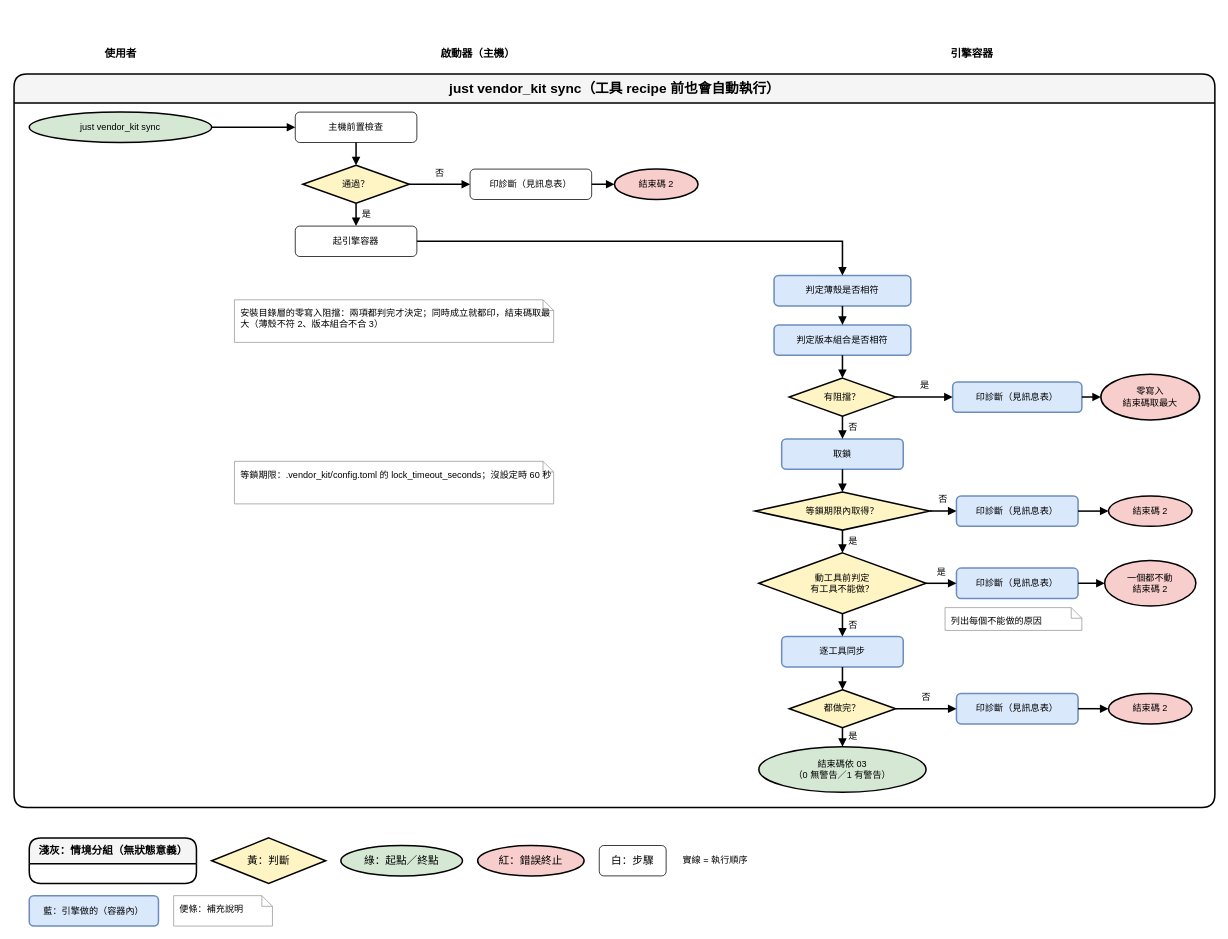
ycpss91255-research/vendor_kit keeps this draw.io diagram as page "sync 判定" (8 of 9) of doc/diagram/flow.drawio. Above is the earlier version. Source tidied: cells renumbered, new cells numbered last; positions are measured from the earlier drawing's top-left corner, leaving out a move shared by most shapes. Both pictures are drawn from the tidied source at 76%, with x=0, y=0 at pixel (14, 42).
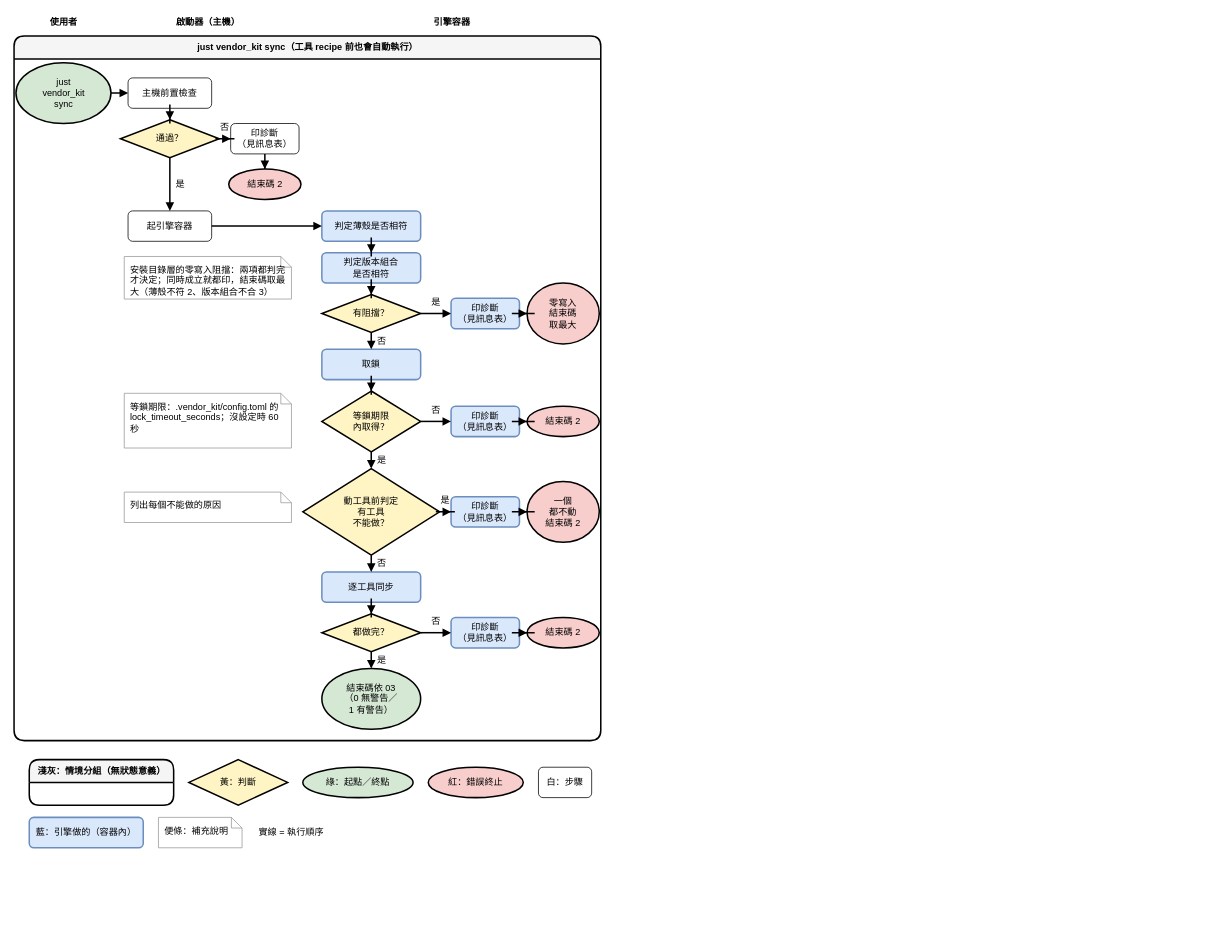
The same diagram, later.

The edit, as a diff of the source:
```diff
@@
-    <mxCell id="2" value="使用者" style="text;html=1;fontSize=14;fontStyle=1;align=center;verticalAlign=middle;" parent="1" vertex="1">
-      <mxGeometry width="280" height="30" as="geometry" />
+    <mxCell id="2" value="使用者" style="text;html=1;fontSize=12;fontStyle=1;align=center;verticalAlign=middle;" parent="1" vertex="1">
+      <mxGeometry y="-38" width="130" height="24" as="geometry" />
     </mxCell>
-    <mxCell id="3" value="啟動器（主機）" style="text;html=1;fontSize=14;fontStyle=1;align=center;verticalAlign=middle;" parent="1" vertex="1">
-      <mxGeometry x="300" width="620" height="30" as="geometry" />
+    <mxCell id="3" value="啟動器（主機）" style="text;html=1;fontSize=12;fontStyle=1;align=center;verticalAlign=middle;" parent="1" vertex="1">
+      <mxGeometry x="130" y="-38" width="250" height="24" as="geometry" />
     </mxCell>
-    <mxCell id="4" value="引擎容器" style="text;html=1;fontSize=14;fontStyle=1;align=center;verticalAlign=middle;" parent="1" vertex="1">
-      <mxGeometry x="940" width="640" height="30" as="geometry" />
+    <mxCell id="4" value="引擎容器" style="text;html=1;fontSize=12;fontStyle=1;align=center;verticalAlign=middle;" parent="1" vertex="1">
+      <mxGeometry x="380" y="-38" width="392" height="24" as="geometry" />
     </mxCell>
-    <mxCell id="5" value="just vendor_kit sync（工具 recipe 前也會自動執行）" style="swimlane;html=1;rounded=1;startSize=38;fontStyle=1;fontSize=18;fillColor=#f5f5f5;swimlaneFillColor=#ffffff;strokeColor=#000000;strokeWidth=2;" parent="1" vertex="1">
-      <mxGeometry y="42" width="1580" height="965" as="geometry" />
+    <mxCell id="5" value="just vendor_kit sync（工具 recipe 前也會自動執行）" style="swimlane;html=1;rounded=1;startSize=30;fontStyle=1;fontSize=12;fillColor=#f5f5f5;swimlaneFillColor=#ffffff;strokeColor=#000000;strokeWidth=2;" parent="1" vertex="1">
+      <mxGeometry y="-8" width="772" height="927" as="geometry" />
     </mxCell>
-    <mxCell id="6" value="just vendor_kit sync" style="ellipse;whiteSpace=wrap;html=1;fillColor=#d5e8d4;strokeColor=#000000;strokeWidth=2;fontSize=12;spacingLeft=35;spacingRight=35;spacingTop=6;spacingBottom=6;" parent="5" vertex="1">
-      <mxGeometry x="20" y="50" width="240" height="40" as="geometry" />
+    <mxCell id="6" value="just&lt;br&gt;vendor_kit&lt;br&gt;sync" style="ellipse;whiteSpace=wrap;html=1;fillColor=#d5e8d4;strokeColor=#000000;strokeWidth=2;fontSize=12;spacingLeft=18;spacingRight=18;spacingTop=12;spacingBottom=12;" parent="5" vertex="1">
+      <mxGeometry x="2.5" y="35" width="125" height="80" as="geometry" />
     </mxCell>
     <mxCell id="7" value="主機前置檢查" style="rounded=1;whiteSpace=wrap;html=1;fillColor=#ffffff;strokeColor=light-dark(#000000,#9577A3);fontSize=12;strokeWidth=1;spacingLeft=6;spacingRight=6;" parent="5" vertex="1">
-      <mxGeometry x="370" y="50" width="160" height="40" as="geometry" />
+      <mxGeometry x="150" y="55" width="110" height="40" as="geometry" />
     </mxCell>
-    <mxCell id="8" value="通過？" style="rhombus;whiteSpace=wrap;html=1;fillColor=#FFF4C3;strokeColor=#000000;strokeWidth=2;fontSize=12;spacingLeft=35;spacingRight=35;spacingTop=12;spacingBottom=12;" parent="5" vertex="1">
-      <mxGeometry x="380" y="120" width="140" height="50" as="geometry" />
+    <mxCell id="8" value="通過？" style="rhombus;whiteSpace=wrap;html=1;fillColor=#FFF4C3;strokeColor=#000000;strokeWidth=2;fontSize=12;spacingLeft=32;spacingRight=32;spacingTop=12;spacingBottom=12;" parent="5" vertex="1">
+      <mxGeometry x="140" y="110" width="130" height="50" as="geometry" />
     </mxCell>
-    <mxCell id="9" value="印診斷（見訊息表）" style="rounded=1;whiteSpace=wrap;html=1;fillColor=#ffffff;strokeColor=light-dark(#000000,#9577A3);fontSize=12;strokeWidth=1;spacingLeft=6;spacingRight=6;" parent="5" vertex="1">
-      <mxGeometry x="600" y="125" width="160" height="40" as="geometry" />
+    <mxCell id="9" value="印診斷&lt;br&gt;（見訊息表）" style="rounded=1;whiteSpace=wrap;html=1;fillColor=#ffffff;strokeColor=light-dark(#000000,#9577A3);fontSize=12;strokeWidth=1;spacingLeft=6;spacingRight=6;" parent="5" vertex="1">
+      <mxGeometry x="285" y="115" width="90" height="40" as="geometry" />
     </mxCell>
-    <mxCell id="10" value="結束碼 2" style="ellipse;whiteSpace=wrap;html=1;fillColor=#f8cecc;strokeColor=#000000;strokeWidth=2;fontSize=12;spacingLeft=16;spacingRight=16;spacingTop=6;spacingBottom=6;" parent="5" vertex="1">
-      <mxGeometry x="790" y="125" width="110" height="40" as="geometry" />
+    <mxCell id="10" value="結束碼 2" style="ellipse;whiteSpace=wrap;html=1;fillColor=#f8cecc;strokeColor=#000000;strokeWidth=2;fontSize=12;spacingLeft=14;spacingRight=14;spacingTop=6;spacingBottom=6;" parent="5" vertex="1">
+      <mxGeometry x="282.5" y="175" width="95" height="40" as="geometry" />
     </mxCell>
     <mxCell id="11" value="起引擎容器" style="rounded=1;whiteSpace=wrap;html=1;fillColor=#ffffff;strokeColor=light-dark(#000000,#9577A3);fontSize=12;strokeWidth=1;spacingLeft=6;spacingRight=6;" parent="5" vertex="1">
-      <mxGeometry x="370" y="200" width="160" height="40" as="geometry" />
+      <mxGeometry x="150" y="230" width="110" height="40" as="geometry" />
     </mxCell>
     <mxCell id="12" value="判定薄殼是否相符" style="rounded=1;whiteSpace=wrap;html=1;fillColor=#dae8fc;strokeColor=#6c8ebf;fontSize=12;strokeWidth=2;spacingLeft=6;spacingRight=6;" parent="5" vertex="1">
-      <mxGeometry x="1000" y="265" width="180" height="40" as="geometry" />
+      <mxGeometry x="405" y="230" width="130" height="40" as="geometry" />
     </mxCell>
-    <mxCell id="13" value="判定版本組合是否相符" style="rounded=1;whiteSpace=wrap;html=1;fillColor=#dae8fc;strokeColor=#6c8ebf;fontSize=12;strokeWidth=2;spacingLeft=6;spacingRight=6;" parent="5" vertex="1">
-      <mxGeometry x="1000" y="330" width="180" height="40" as="geometry" />
+    <mxCell id="13" value="判定版本組合&lt;br&gt;是否相符" style="rounded=1;whiteSpace=wrap;html=1;fillColor=#dae8fc;strokeColor=#6c8ebf;fontSize=12;strokeWidth=2;spacingLeft=6;spacingRight=6;" parent="5" vertex="1">
+      <mxGeometry x="405" y="285" width="130" height="40" as="geometry" />
     </mxCell>
-    <mxCell id="14" value="有阻擋？" style="rhombus;whiteSpace=wrap;html=1;fillColor=#FFF4C3;strokeColor=#000000;strokeWidth=2;fontSize=12;spacingLeft=35;spacingRight=35;spacingTop=12;spacingBottom=12;" parent="5" vertex="1">
-      <mxGeometry x="1020" y="400" width="140" height="50" as="geometry" />
+    <mxCell id="14" value="有阻擋？" style="rhombus;whiteSpace=wrap;html=1;fillColor=#FFF4C3;strokeColor=#000000;strokeWidth=2;fontSize=12;spacingLeft=32;spacingRight=32;spacingTop=12;spacingBottom=12;" parent="5" vertex="1">
+      <mxGeometry x="405" y="340" width="130" height="50" as="geometry" />
     </mxCell>
-    <mxCell id="15" value="印診斷（見訊息表）" style="rounded=1;whiteSpace=wrap;html=1;fillColor=#dae8fc;strokeColor=#6c8ebf;fontSize=12;strokeWidth=2;spacingLeft=6;spacingRight=6;" parent="5" vertex="1">
-      <mxGeometry x="1235" y="405" width="170" height="40" as="geometry" />
+    <mxCell id="15" value="印診斷&lt;br&gt;（見訊息表）" style="rounded=1;whiteSpace=wrap;html=1;fillColor=#dae8fc;strokeColor=#6c8ebf;fontSize=12;strokeWidth=2;spacingLeft=6;spacingRight=6;" parent="5" vertex="1">
+      <mxGeometry x="575" y="345" width="90" height="40" as="geometry" />
     </mxCell>
-    <mxCell id="16" value="零寫入&lt;br&gt;結束碼取最大" style="ellipse;whiteSpace=wrap;html=1;fillColor=#f8cecc;strokeColor=#000000;strokeWidth=2;fontSize=12;spacingLeft=19;spacingRight=19;spacingTop=9;spacingBottom=9;" parent="5" vertex="1">
-      <mxGeometry x="1430" y="395" width="130" height="60" as="geometry" />
+    <mxCell id="16" value="零寫入&lt;br&gt;結束碼&lt;br&gt;取最大" style="ellipse;whiteSpace=wrap;html=1;fillColor=#f8cecc;strokeColor=#000000;strokeWidth=2;fontSize=12;spacingLeft=14;spacingRight=14;spacingTop=12;spacingBottom=12;" parent="5" vertex="1">
+      <mxGeometry x="675" y="325" width="95" height="80" as="geometry" />
     </mxCell>
-    <mxCell id="17" value="安裝目錄層的零寫入阻擋：兩項都判完才決定；同時成立就都印，結束碼取最大（薄殼不符 2、版本組合不合 3）" style="shape=note;whiteSpace=wrap;html=1;size=14;fillColor=#ffffff;strokeColor=#999999;align=left;verticalAlign=top;spacingLeft=6;spacingTop=4;fontSize=12;" parent="5" vertex="1">
-      <mxGeometry x="290" y="297" width="420" height="56" as="geometry" />
+    <mxCell id="17" value="安裝目錄層的零寫入阻擋：兩項都判完才決定；同時成立就都印，結束碼取最大（薄殼不符 2、版本組合不合 3）" style="shape=note;whiteSpace=wrap;html=1;size=14;fillColor=#ffffff;strokeColor=#999999;align=left;verticalAlign=top;spacingLeft=6;spacingTop=4;fontSize=12;spacingRight=6;" parent="5" vertex="1">
+      <mxGeometry x="145" y="290" width="220" height="56" as="geometry" />
     </mxCell>
     <mxCell id="18" value="取鎖" style="rounded=1;whiteSpace=wrap;html=1;fillColor=#dae8fc;strokeColor=#6c8ebf;fontSize=12;strokeWidth=2;spacingLeft=6;spacingRight=6;" parent="5" vertex="1">
-      <mxGeometry x="1010" y="480" width="160" height="40" as="geometry" />
+      <mxGeometry x="405" y="412" width="130" height="40" as="geometry" />
     </mxCell>
-    <mxCell id="19" value="等鎖期限內取得？" style="rhombus;whiteSpace=wrap;html=1;fillColor=#FFF4C3;strokeColor=#000000;strokeWidth=2;fontSize=12;spacingLeft=58;spacingRight=58;spacingTop=12;spacingBottom=12;" parent="5" vertex="1">
-      <mxGeometry x="975" y="550" width="230" height="50" as="geometry" />
+    <mxCell id="19" value="等鎖期限&lt;br&gt;內取得？" style="rhombus;whiteSpace=wrap;html=1;fillColor=#FFF4C3;strokeColor=#000000;strokeWidth=2;fontSize=12;spacingLeft=32;spacingRight=32;spacingTop=20;spacingBottom=20;" parent="5" vertex="1">
+      <mxGeometry x="405" y="467" width="130" height="80" as="geometry" />
     </mxCell>
-    <mxCell id="20" value="印診斷（見訊息表）" style="rounded=1;whiteSpace=wrap;html=1;fillColor=#dae8fc;strokeColor=#6c8ebf;fontSize=12;strokeWidth=2;spacingLeft=6;spacingRight=6;" parent="5" vertex="1">
-      <mxGeometry x="1240" y="555" width="160" height="40" as="geometry" />
+    <mxCell id="20" value="印診斷&lt;br&gt;（見訊息表）" style="rounded=1;whiteSpace=wrap;html=1;fillColor=#dae8fc;strokeColor=#6c8ebf;fontSize=12;strokeWidth=2;spacingLeft=6;spacingRight=6;" parent="5" vertex="1">
+      <mxGeometry x="575" y="487" width="90" height="40" as="geometry" />
     </mxCell>
-    <mxCell id="21" value="結束碼 2" style="ellipse;whiteSpace=wrap;html=1;fillColor=#f8cecc;strokeColor=#000000;strokeWidth=2;fontSize=12;spacingLeft=16;spacingRight=16;spacingTop=6;spacingBottom=6;" parent="5" vertex="1">
-      <mxGeometry x="1440" y="555" width="110" height="40" as="geometry" />
+    <mxCell id="21" value="結束碼 2" style="ellipse;whiteSpace=wrap;html=1;fillColor=#f8cecc;strokeColor=#000000;strokeWidth=2;fontSize=12;spacingLeft=14;spacingRight=14;spacingTop=6;spacingBottom=6;" parent="5" vertex="1">
+      <mxGeometry x="675" y="487" width="95" height="40" as="geometry" />
     </mxCell>
-    <mxCell id="22" value="等鎖期限：.vendor_kit/config.toml 的 lock_timeout_seconds；沒設定時 60 秒" style="shape=note;whiteSpace=wrap;html=1;size=14;fillColor=#ffffff;strokeColor=#999999;align=left;verticalAlign=top;spacingLeft=6;spacingTop=4;fontSize=12;" parent="5" vertex="1">
-      <mxGeometry x="290" y="509.5" width="420" height="56" as="geometry" />
+    <mxCell id="22" value="等鎖期限：.vendor_kit/config.toml 的 lock_timeout_seconds；沒設定時 60 秒" style="shape=note;whiteSpace=wrap;html=1;size=14;fillColor=#ffffff;strokeColor=#999999;align=left;verticalAlign=top;spacingLeft=6;spacingTop=4;fontSize=12;spacingRight=6;" parent="5" vertex="1">
+      <mxGeometry x="145" y="470" width="220" height="72" as="geometry" />
     </mxCell>
-    <mxCell id="23" value="動工具前判定&lt;br&gt;有工具不能做？" style="rhombus;whiteSpace=wrap;html=1;fillColor=#FFF4C3;strokeColor=#000000;strokeWidth=2;fontSize=12;spacingLeft=55;spacingRight=55;spacingTop=20;spacingBottom=20;" parent="5" vertex="1">
-      <mxGeometry x="980" y="630" width="220" height="80" as="geometry" />
+    <mxCell id="23" value="動工具前判定&lt;br&gt;有工具&lt;br&gt;不能做？" style="rhombus;whiteSpace=wrap;html=1;fillColor=#FFF4C3;strokeColor=#000000;strokeWidth=2;fontSize=12;spacingLeft=45;spacingRight=45;spacingTop=28;spacingBottom=28;" parent="5" vertex="1">
+      <mxGeometry x="380" y="569" width="180" height="114" as="geometry" />
     </mxCell>
-    <mxCell id="24" value="印診斷（見訊息表）" style="rounded=1;whiteSpace=wrap;html=1;fillColor=#dae8fc;strokeColor=#6c8ebf;fontSize=12;strokeWidth=2;spacingLeft=6;spacingRight=6;" parent="5" vertex="1">
-      <mxGeometry x="1240" y="650" width="160" height="40" as="geometry" />
+    <mxCell id="24" value="印診斷&lt;br&gt;（見訊息表）" style="rounded=1;whiteSpace=wrap;html=1;fillColor=#dae8fc;strokeColor=#6c8ebf;fontSize=12;strokeWidth=2;spacingLeft=6;spacingRight=6;" parent="5" vertex="1">
+      <mxGeometry x="575" y="606" width="90" height="40" as="geometry" />
     </mxCell>
-    <mxCell id="25" value="一個都不動&lt;br&gt;結束碼 2" style="ellipse;whiteSpace=wrap;html=1;fillColor=#f8cecc;strokeColor=#000000;strokeWidth=2;fontSize=12;spacingLeft=18;spacingRight=18;spacingTop=9;spacingBottom=9;" parent="5" vertex="1">
-      <mxGeometry x="1435" y="640" width="120" height="60" as="geometry" />
+    <mxCell id="25" value="一個&lt;br&gt;都不動&lt;br&gt;結束碼 2" style="ellipse;whiteSpace=wrap;html=1;fillColor=#f8cecc;strokeColor=#000000;strokeWidth=2;fontSize=12;spacingLeft=14;spacingRight=14;spacingTop=12;spacingBottom=12;" parent="5" vertex="1">
+      <mxGeometry x="675" y="586" width="95" height="80" as="geometry" />
     </mxCell>
     <mxCell id="26" value="逐工具同步" style="rounded=1;whiteSpace=wrap;html=1;fillColor=#dae8fc;strokeColor=#6c8ebf;fontSize=12;strokeWidth=2;spacingLeft=6;spacingRight=6;" parent="5" vertex="1">
-      <mxGeometry x="1010" y="740" width="160" height="40" as="geometry" />
+      <mxGeometry x="405" y="705" width="130" height="40" as="geometry" />
     </mxCell>
-    <mxCell id="27" value="都做完？" style="rhombus;whiteSpace=wrap;html=1;fillColor=#FFF4C3;strokeColor=#000000;strokeWidth=2;fontSize=12;spacingLeft=35;spacingRight=35;spacingTop=12;spacingBottom=12;" parent="5" vertex="1">
-      <mxGeometry x="1020" y="810" width="140" height="50" as="geometry" />
+    <mxCell id="27" value="都做完？" style="rhombus;whiteSpace=wrap;html=1;fillColor=#FFF4C3;strokeColor=#000000;strokeWidth=2;fontSize=12;spacingLeft=32;spacingRight=32;spacingTop=12;spacingBottom=12;" parent="5" vertex="1">
+      <mxGeometry x="405" y="760" width="130" height="50" as="geometry" />
     </mxCell>
-    <mxCell id="28" value="印診斷（見訊息表）" style="rounded=1;whiteSpace=wrap;html=1;fillColor=#dae8fc;strokeColor=#6c8ebf;fontSize=12;strokeWidth=2;spacingLeft=6;spacingRight=6;" parent="5" vertex="1">
-      <mxGeometry x="1240" y="815" width="160" height="40" as="geometry" />
+    <mxCell id="28" value="印診斷&lt;br&gt;（見訊息表）" style="rounded=1;whiteSpace=wrap;html=1;fillColor=#dae8fc;strokeColor=#6c8ebf;fontSize=12;strokeWidth=2;spacingLeft=6;spacingRight=6;" parent="5" vertex="1">
+      <mxGeometry x="575" y="765" width="90" height="40" as="geometry" />
     </mxCell>
-    <mxCell id="29" value="結束碼 2" style="ellipse;whiteSpace=wrap;html=1;fillColor=#f8cecc;strokeColor=#000000;strokeWidth=2;fontSize=12;spacingLeft=16;spacingRight=16;spacingTop=6;spacingBottom=6;" parent="5" vertex="1">
-      <mxGeometry x="1440" y="815" width="110" height="40" as="geometry" />
+    <mxCell id="29" value="結束碼 2" style="ellipse;whiteSpace=wrap;html=1;fillColor=#f8cecc;strokeColor=#000000;strokeWidth=2;fontSize=12;spacingLeft=14;spacingRight=14;spacingTop=6;spacingBottom=6;" parent="5" vertex="1">
+      <mxGeometry x="675" y="765" width="95" height="40" as="geometry" />
     </mxCell>
-    <mxCell id="30" value="結束碼依 03&lt;br&gt;（0 無警告／1 有警告）" style="ellipse;whiteSpace=wrap;html=1;fillColor=#d5e8d4;strokeColor=#000000;strokeWidth=2;fontSize=12;spacingLeft=32;spacingRight=32;spacingTop=9;spacingBottom=9;" parent="5" vertex="1">
-      <mxGeometry x="980" y="885" width="220" height="60" as="geometry" />
+    <mxCell id="30" value="結束碼依 03&lt;br&gt;（0 無警告／&lt;br&gt;1 有警告）" style="ellipse;whiteSpace=wrap;html=1;fillColor=#d5e8d4;strokeColor=#000000;strokeWidth=2;fontSize=12;spacingLeft=19;spacingRight=19;spacingTop=12;spacingBottom=12;" parent="5" vertex="1">
+      <mxGeometry x="405" y="832" width="130" height="80" as="geometry" />
     </mxCell>
@@
-    <mxCell id="36" style="edgeStyle=orthogonalEdgeStyle;rounded=0;jettySize=auto;html=1;strokeColor=default;strokeWidth=2;align=center;verticalAlign=bottom;spacingBottom=6;fontFamily=Helvetica;fontSize=12;fontColor=default;labelBorderColor=none;labelBackgroundColor=none;endArrow=block;endFill=1;exitX=1;exitY=0.5;exitDx=0;exitDy=0;entryX=0.5;entryY=0;entryDx=0;entryDy=0;" parent="1" edge="1" source="11" target="12">
-      <mxGeometry relative="1" as="geometry">
-        <Array as="points">
-          <mxPoint x="1090" y="262" />
-        </Array>
-      </mxGeometry>
+    <mxCell id="36" style="edgeStyle=orthogonalEdgeStyle;rounded=0;jettySize=auto;html=1;strokeColor=default;strokeWidth=2;align=center;verticalAlign=bottom;spacingBottom=6;fontFamily=Helvetica;fontSize=12;fontColor=default;labelBorderColor=none;labelBackgroundColor=none;endArrow=block;endFill=1;" parent="1" edge="1" source="11" target="12">
+      <mxGeometry relative="1" as="geometry" />
     </mxCell>
@@
-    <mxCell id="53" value="淺灰：情境分組（無狀態意義）" style="swimlane;html=1;rounded=1;startSize=34;fontStyle=1;fontSize=14;fillColor=#f5f5f5;swimlaneFillColor=#ffffff;strokeColor=#000000;strokeWidth=2;" parent="1" vertex="1">
-      <mxGeometry x="20" y="1047" width="220" height="60" as="geometry" />
+    <mxCell id="53" value="淺灰：情境分組（無狀態意義）" style="swimlane;html=1;rounded=1;startSize=30;fontStyle=1;fontSize=12;fillColor=#f5f5f5;swimlaneFillColor=#ffffff;strokeColor=#000000;strokeWidth=2;" parent="1" vertex="1">
+      <mxGeometry x="20" y="944" width="190" height="60" as="geometry" />
     </mxCell>
-    <mxCell id="54" value="黃：判斷" style="rhombus;whiteSpace=wrap;html=1;fillColor=#FFF4C3;strokeColor=#000000;strokeWidth=2;fontSize=14;spacingLeft=38;spacingRight=38;spacingTop=15;spacingBottom=15;" parent="1" vertex="1">
-      <mxGeometry x="260" y="1047" width="150" height="60" as="geometry" />
+    <mxCell id="54" value="黃：判斷" style="rhombus;whiteSpace=wrap;html=1;fillColor=#FFF4C3;strokeColor=#000000;strokeWidth=2;fontSize=12;spacingLeft=32;spacingRight=32;spacingTop=15;spacingBottom=15;" parent="1" vertex="1">
+      <mxGeometry x="230" y="944" width="130" height="60" as="geometry" />
     </mxCell>
-    <mxCell id="55" value="綠：起點／終點" style="ellipse;whiteSpace=wrap;html=1;fillColor=#d5e8d4;strokeColor=#000000;strokeWidth=2;fontSize=14;spacingLeft=23;spacingRight=23;spacingTop=6;spacingBottom=6;" parent="1" vertex="1">
-      <mxGeometry x="430" y="1057" width="160" height="40" as="geometry" />
+    <mxCell id="55" value="綠：起點／終點" style="ellipse;whiteSpace=wrap;html=1;fillColor=#d5e8d4;strokeColor=#000000;strokeWidth=2;fontSize=12;spacingLeft=21;spacingRight=21;spacingTop=6;spacingBottom=6;" parent="1" vertex="1">
+      <mxGeometry x="380" y="954" width="145" height="40" as="geometry" />
     </mxCell>
-    <mxCell id="56" value="紅：錯誤終止" style="ellipse;whiteSpace=wrap;html=1;fillColor=#f8cecc;strokeColor=#000000;strokeWidth=2;fontSize=14;spacingLeft=20;spacingRight=20;spacingTop=6;spacingBottom=6;" parent="1" vertex="1">
-      <mxGeometry x="610" y="1057" width="140" height="40" as="geometry" />
+    <mxCell id="56" value="紅：錯誤終止" style="ellipse;whiteSpace=wrap;html=1;fillColor=#f8cecc;strokeColor=#000000;strokeWidth=2;fontSize=12;spacingLeft=18;spacingRight=18;spacingTop=6;spacingBottom=6;" parent="1" vertex="1">
+      <mxGeometry x="545" y="954" width="125" height="40" as="geometry" />
     </mxCell>
-    <mxCell id="57" value="白：步驟" style="rounded=1;whiteSpace=wrap;html=1;fillColor=#ffffff;strokeColor=light-dark(#000000,#9577A3);fontSize=14;strokeWidth=1;" parent="1" vertex="1">
-      <mxGeometry x="770" y="1057" width="88" height="40" as="geometry" />
+    <mxCell id="57" value="白：步驟" style="rounded=1;whiteSpace=wrap;html=1;fillColor=#ffffff;strokeColor=light-dark(#000000,#9577A3);fontSize=12;strokeWidth=1;" parent="1" vertex="1">
+      <mxGeometry x="690" y="954" width="70" height="40" as="geometry" />
     </mxCell>
     <mxCell id="58" value="實線 = 執行順序" style="text;html=1;whiteSpace=wrap;align=left;verticalAlign=middle;fontSize=12;strokeColor=none;fillColor=none;" parent="1" vertex="1">
-      <mxGeometry x="878" y="1047" width="300" height="60" as="geometry" />
+      <mxGeometry x="320" y="1010" width="160" height="60" as="geometry" />
     </mxCell>
     <mxCell id="59" value="藍：引擎做的（容器內）" style="rounded=1;whiteSpace=wrap;html=1;fillColor=#dae8fc;strokeColor=#6c8ebf;fontSize=12;strokeWidth=2;spacingLeft=6;spacingRight=6;" parent="1" vertex="1">
-      <mxGeometry x="20" y="1123" width="170" height="40" as="geometry" />
+      <mxGeometry x="20" y="1020" width="150" height="40" as="geometry" />
     </mxCell>
-    <mxCell id="60" value="便條：補充說明" style="shape=note;whiteSpace=wrap;html=1;size=14;fillColor=#ffffff;strokeColor=#999999;align=left;verticalAlign=top;spacingLeft=6;spacingTop=4;fontSize=12;" parent="1" vertex="1">
-      <mxGeometry x="210" y="1123" width="130" height="40" as="geometry" />
+    <mxCell id="60" value="便條：補充說明" style="shape=note;whiteSpace=wrap;html=1;size=14;fillColor=#ffffff;strokeColor=#999999;align=left;verticalAlign=top;spacingLeft=6;spacingTop=4;fontSize=12;spacingRight=6;" parent="1" vertex="1">
+      <mxGeometry x="190" y="1020" width="110" height="40" as="geometry" />
     </mxCell>
-    <mxCell id="61" value="列出每個不能做的原因" style="shape=note;whiteSpace=wrap;html=1;size=14;fillColor=#ffffff;strokeColor=#999999;align=left;verticalAlign=top;spacingLeft=6;spacingTop=4;fontSize=12;" parent="5" vertex="1">
-      <mxGeometry x="1225" y="702" width="180" height="30" as="geometry" />
+    <mxCell id="61" value="列出每個不能做的原因" style="shape=note;whiteSpace=wrap;html=1;size=14;fillColor=#ffffff;strokeColor=#999999;align=left;verticalAlign=top;spacingLeft=6;spacingTop=4;fontSize=12;spacingRight=6;" parent="5" vertex="1">
+      <mxGeometry x="145" y="600" width="220" height="40" as="geometry" />
     </mxCell>
```
